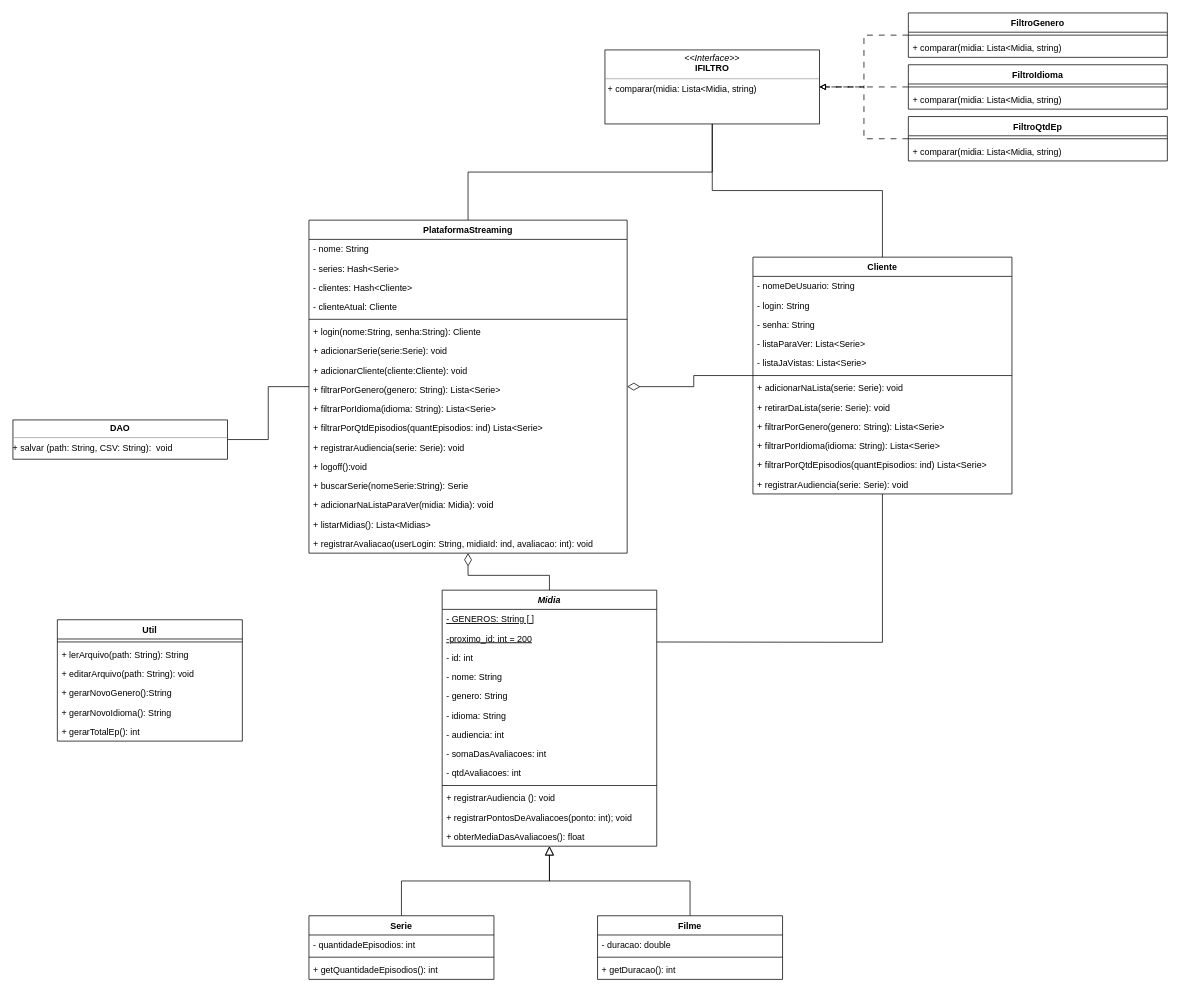
The draw.io diagram page "v3" (1 of 3) of docs/diagramas/DiagramaDeClasse.drawio in DisciplinasProgramacao/lpm_projetos_3_4_5-grupo6, before the edit. Source tidied: cells renumbered, new cells numbered last; positions are measured from the earlier drawing's top-left corner, leaving out a move shared by most shapes. Both pictures are drawn from the tidied source at 74%, with x=0, y=0 at pixel (13, 13).
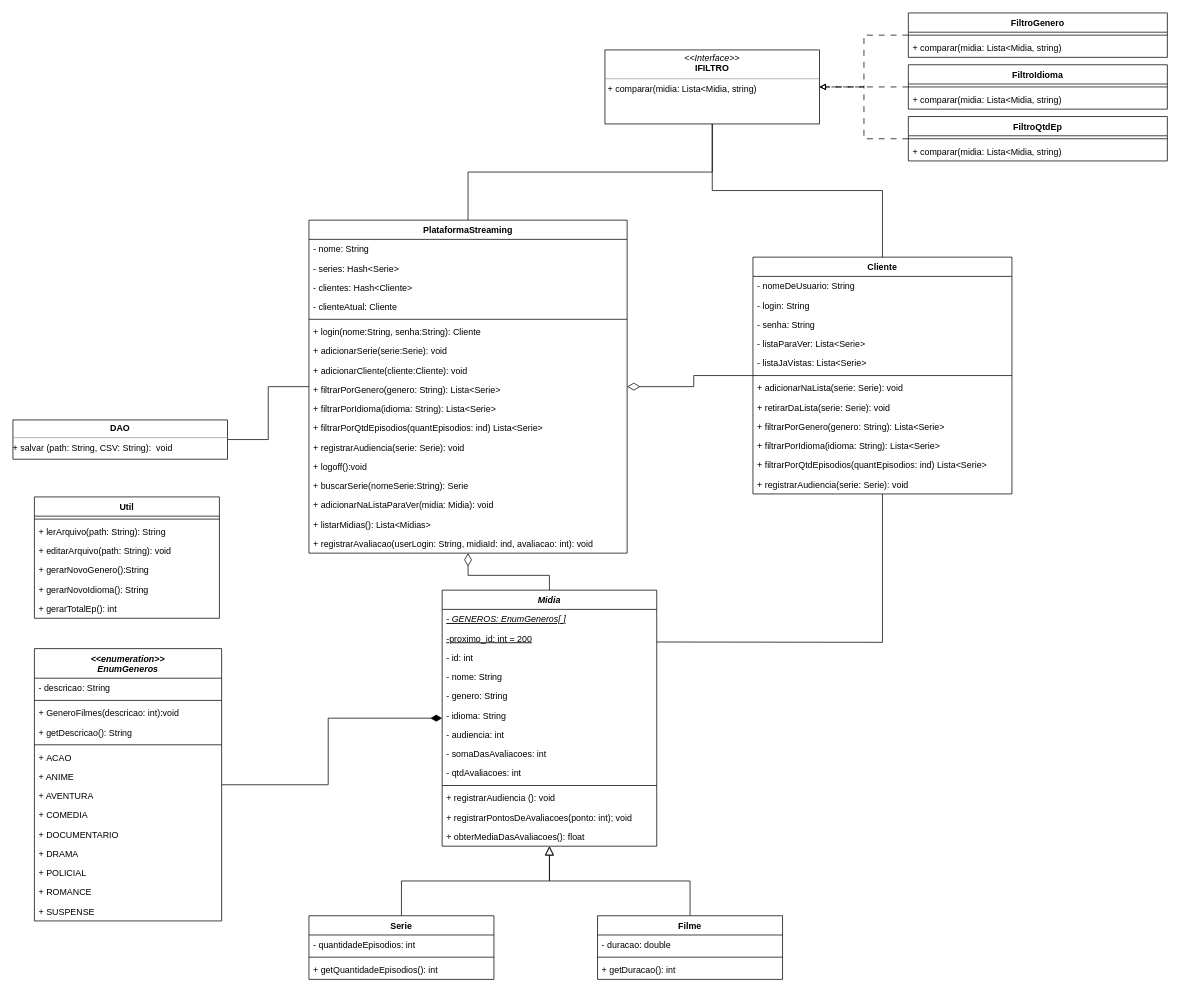
The same diagram, later.

Unchanged cells that the change refers to:
```xml
<mxCell id="48" value="Midia" style="swimlane;fontStyle=3;align=center;verticalAlign=top;horizontal=1;startSize=26;labelBackgroundColor=none;gradientColor=none;swimlaneFillColor=default;" parent="1" vertex="1">
  <mxGeometry x="580" y="780" width="290" height="346" as="geometry" />
</mxCell>
```

Change to the diagram source:
```diff
@@
+    <mxCell id="84" style="edgeStyle=orthogonalEdgeStyle;rounded=0;jettySize=auto;html=1;endArrow=none;endFill=0;startArrow=diamondThin;startFill=1;endSize=14;startSize=13;" parent="1" edge="1" source="48" target="85">
+      <mxGeometry relative="1" as="geometry" />
+    </mxCell>
@@
-    <mxCell id="49" value="- GENEROS: String [ ]" style="text;strokeColor=none;fillColor=none;align=left;verticalAlign=top;spacingLeft=4;spacingRight=4;overflow=hidden;fontStyle=4;" parent="48" vertex="1">
+    <mxCell id="49" value="- GENEROS: EnumGeneros[ ]" style="text;strokeColor=none;fillColor=none;align=left;verticalAlign=top;spacingLeft=4;spacingRight=4;overflow=hidden;fontStyle=6;" parent="48" vertex="1">
       <mxGeometry y="26" width="290" height="26" as="geometry" />
     </mxCell>
@@
     <mxCell id="77" value="Util" style="swimlane;fontStyle=1;align=center;verticalAlign=top;horizontal=1;startSize=26;labelBackgroundColor=none;gradientColor=none;swimlaneFillColor=default;" parent="1" vertex="1">
-      <mxGeometry x="60" y="820" width="250" height="164" as="geometry" />
+      <mxGeometry x="29" y="654" width="250" height="164" as="geometry" />
     </mxCell>
@@
+    <mxCell id="85" value="&lt;&lt;enumeration&gt;&gt;&#10;EnumGeneros" style="swimlane;fontStyle=3;align=center;verticalAlign=top;horizontal=1;startSize=40;labelBackgroundColor=none;gradientColor=none;swimlaneFillColor=default;fontSize=12;rounded=0;glass=0;arcSize=15;spacingTop=0;strokeColor=default;" parent="1" vertex="1">
+      <mxGeometry x="29" y="859" width="253" height="368" as="geometry" />
+    </mxCell>
+    <mxCell id="86" value="- descricao: String" style="text;strokeColor=none;fillColor=none;align=left;verticalAlign=top;spacingLeft=4;spacingRight=4;overflow=hidden;fontStyle=0;" parent="85" vertex="1">
+      <mxGeometry y="40" width="253" height="26" as="geometry" />
+    </mxCell>
+    <mxCell id="87" style="line;strokeWidth=1;fillColor=none;align=left;verticalAlign=middle;spacingTop=-1;spacingLeft=3;spacingRight=3;labelPosition=right;strokeColor=inherit;" parent="85" vertex="1">
+      <mxGeometry y="66" width="253" height="8" as="geometry" />
+    </mxCell>
+    <mxCell id="88" value="+ GeneroFilmes(descricao: int):void" style="text;strokeColor=none;fillColor=none;align=left;verticalAlign=top;spacingLeft=4;spacingRight=4;overflow=hidden;fontStyle=0;" parent="85" vertex="1">
+      <mxGeometry y="74" width="253" height="26" as="geometry" />
+    </mxCell>
+    <mxCell id="89" value="+ getDescricao(): String" style="text;strokeColor=none;fillColor=none;align=left;verticalAlign=top;spacingLeft=4;spacingRight=4;overflow=hidden;fontStyle=0;" parent="85" vertex="1">
+      <mxGeometry y="100" width="253" height="26" as="geometry" />
+    </mxCell>
+    <mxCell id="90" style="line;strokeWidth=1;fillColor=none;align=left;verticalAlign=middle;spacingTop=-1;spacingLeft=3;spacingRight=3;labelPosition=right;strokeColor=inherit;" parent="85" vertex="1">
+      <mxGeometry y="126" width="253" height="8" as="geometry" />
+    </mxCell>
+    <mxCell id="91" value="+ ACAO" style="text;strokeColor=none;fillColor=none;align=left;verticalAlign=top;spacingLeft=4;spacingRight=4;overflow=hidden;fontStyle=0;" parent="85" vertex="1">
+      <mxGeometry y="134" width="253" height="26" as="geometry" />
+    </mxCell>
+    <mxCell id="92" value="+ ANIME" style="text;strokeColor=none;fillColor=none;align=left;verticalAlign=top;spacingLeft=4;spacingRight=4;overflow=hidden;fontStyle=0;" parent="85" vertex="1">
+      <mxGeometry y="160" width="253" height="26" as="geometry" />
+    </mxCell>
+    <mxCell id="93" value="+ AVENTURA" style="text;strokeColor=none;fillColor=none;align=left;verticalAlign=top;spacingLeft=4;spacingRight=4;overflow=hidden;fontStyle=0;" parent="85" vertex="1">
+      <mxGeometry y="186" width="253" height="26" as="geometry" />
+    </mxCell>
+    <mxCell id="94" value="+ COMEDIA" style="text;strokeColor=none;fillColor=none;align=left;verticalAlign=top;spacingLeft=4;spacingRight=4;overflow=hidden;fontStyle=0;" parent="85" vertex="1">
+      <mxGeometry y="212" width="253" height="26" as="geometry" />
+    </mxCell>
+    <mxCell id="95" value="+ DOCUMENTARIO" style="text;strokeColor=none;fillColor=none;align=left;verticalAlign=top;spacingLeft=4;spacingRight=4;overflow=hidden;fontStyle=0;" parent="85" vertex="1">
+      <mxGeometry y="238" width="253" height="26" as="geometry" />
+    </mxCell>
+    <mxCell id="96" value="+ DRAMA" style="text;strokeColor=none;fillColor=none;align=left;verticalAlign=top;spacingLeft=4;spacingRight=4;overflow=hidden;fontStyle=0;" parent="85" vertex="1">
+      <mxGeometry y="264" width="253" height="26" as="geometry" />
+    </mxCell>
+    <mxCell id="97" value="+ POLICIAL" style="text;strokeColor=none;fillColor=none;align=left;verticalAlign=top;spacingLeft=4;spacingRight=4;overflow=hidden;fontStyle=0;" parent="85" vertex="1">
+      <mxGeometry y="290" width="253" height="26" as="geometry" />
+    </mxCell>
+    <mxCell id="98" value="+ ROMANCE" style="text;strokeColor=none;fillColor=none;align=left;verticalAlign=top;spacingLeft=4;spacingRight=4;overflow=hidden;fontStyle=0;" parent="85" vertex="1">
+      <mxGeometry y="316" width="253" height="26" as="geometry" />
+    </mxCell>
+    <mxCell id="99" value="+ SUSPENSE" style="text;strokeColor=none;fillColor=none;align=left;verticalAlign=top;spacingLeft=4;spacingRight=4;overflow=hidden;fontStyle=0;" parent="85" vertex="1">
+      <mxGeometry y="342" width="253" height="26" as="geometry" />
+    </mxCell>
```
